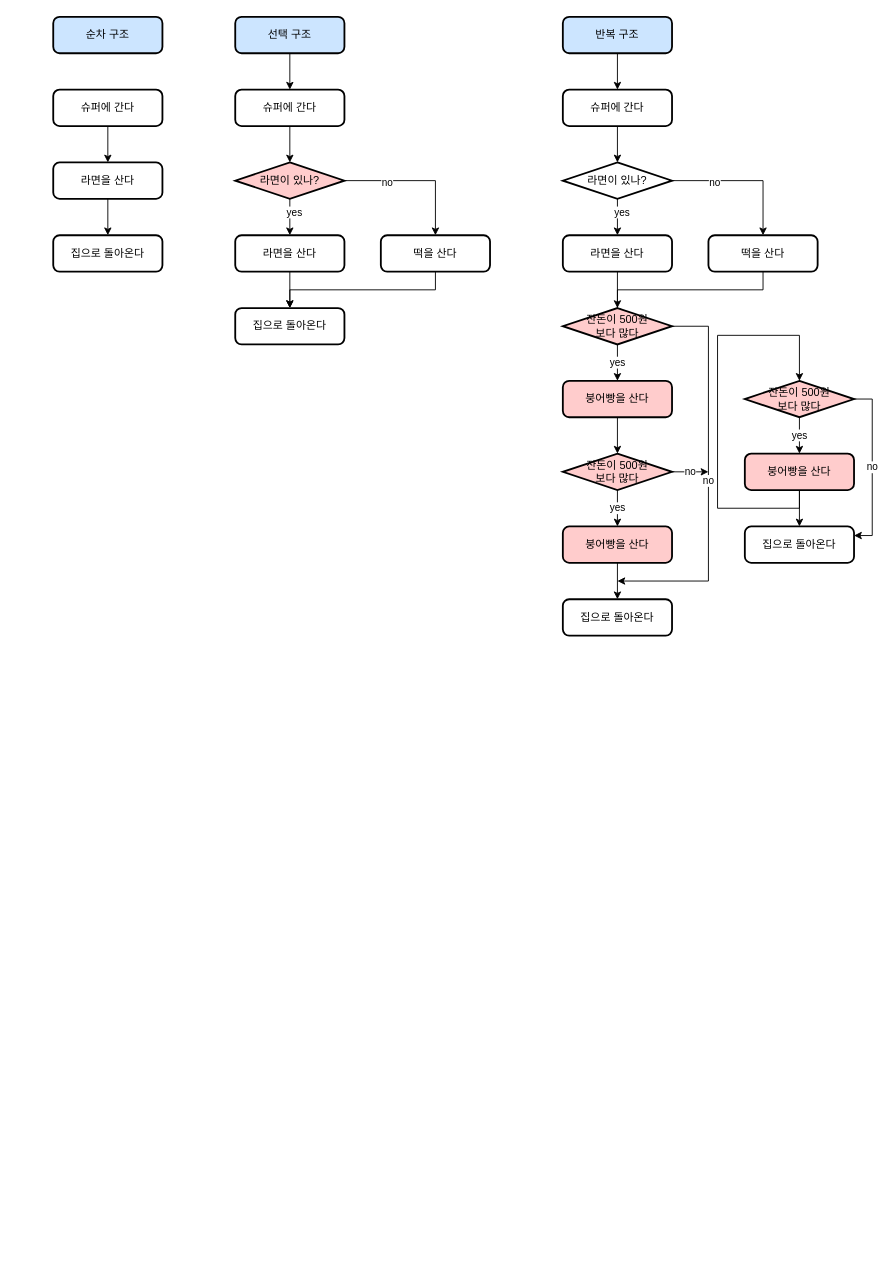
garlic3/python_basic keeps this draw.io diagram as Untitled Diagram.drawio. Above is the earlier version. Source tidied: cells renumbered, new cells numbered last; positions are measured from the earlier drawing's top-left corner, leaving out a move shared by most shapes. Both pictures are drawn from the tidied source at 91%, with x=0, y=0 at pixel (53, 16).
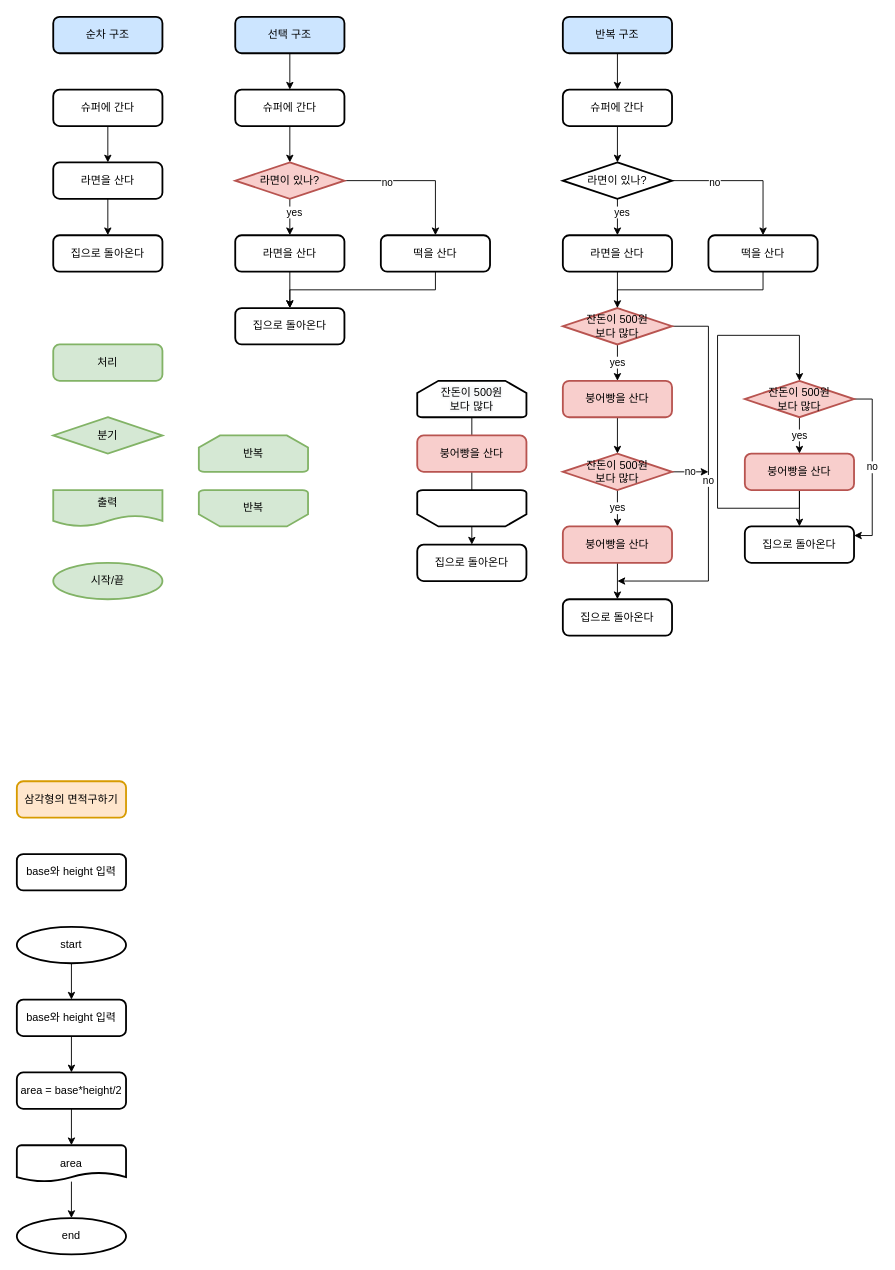
After the change.

The edit, as a diff of the source:
```diff
@@
-    <mxCell id="19" value="라면이 있나?" style="strokeWidth=2;html=1;shape=mxgraph.flowchart.decision;whiteSpace=wrap;fillColor=#FFCCCC;" parent="1" vertex="1">
+    <mxCell id="19" value="라면이 있나?" style="strokeWidth=2;html=1;shape=mxgraph.flowchart.decision;whiteSpace=wrap;fillColor=#f8cecc;strokeColor=#b85450;" parent="1" vertex="1">
       <mxGeometry x="200" y="160" width="120" height="40" as="geometry" />
     </mxCell>
@@
-    <mxCell id="37" value="잔돈이 500원&lt;br&gt;보다 많다" style="strokeWidth=2;html=1;shape=mxgraph.flowchart.decision;whiteSpace=wrap;fillColor=#FFCCCC;" parent="1" vertex="1">
+    <mxCell id="37" value="잔돈이 500원&lt;br&gt;보다 많다" style="strokeWidth=2;html=1;shape=mxgraph.flowchart.decision;whiteSpace=wrap;fillColor=#f8cecc;strokeColor=#b85450;" parent="1" vertex="1">
       <mxGeometry x="560" y="320" width="120" height="40" as="geometry" />
     </mxCell>
@@
-    <mxCell id="39" value="붕어빵을 산다" style="rounded=1;whiteSpace=wrap;html=1;absoluteArcSize=1;arcSize=14;strokeWidth=2;fillColor=#FFCCCC;" parent="1" vertex="1">
+    <mxCell id="39" value="붕어빵을 산다" style="rounded=1;whiteSpace=wrap;html=1;absoluteArcSize=1;arcSize=14;strokeWidth=2;fillColor=#f8cecc;strokeColor=#b85450;" parent="1" vertex="1">
       <mxGeometry x="560" y="400" width="120" height="40" as="geometry" />
     </mxCell>
@@
-    <mxCell id="43" value="잔돈이 500원&lt;br&gt;보다 많다" style="strokeWidth=2;html=1;shape=mxgraph.flowchart.decision;whiteSpace=wrap;fillColor=#FFCCCC;" parent="1" vertex="1">
+    <mxCell id="43" value="잔돈이 500원&lt;br&gt;보다 많다" style="strokeWidth=2;html=1;shape=mxgraph.flowchart.decision;whiteSpace=wrap;fillColor=#f8cecc;strokeColor=#b85450;" parent="1" vertex="1">
       <mxGeometry x="560" y="480" width="120" height="40" as="geometry" />
     </mxCell>
@@
-    <mxCell id="45" value="붕어빵을 산다" style="rounded=1;whiteSpace=wrap;html=1;absoluteArcSize=1;arcSize=14;strokeWidth=2;fillColor=#FFCCCC;" parent="1" vertex="1">
+    <mxCell id="45" value="붕어빵을 산다" style="rounded=1;whiteSpace=wrap;html=1;absoluteArcSize=1;arcSize=14;strokeWidth=2;fillColor=#f8cecc;strokeColor=#b85450;" parent="1" vertex="1">
       <mxGeometry x="560" y="560" width="120" height="40" as="geometry" />
     </mxCell>
@@
-    <mxCell id="48" value="잔돈이 500원&lt;br&gt;보다 많다" style="strokeWidth=2;html=1;shape=mxgraph.flowchart.decision;whiteSpace=wrap;fillColor=#FFCCCC;" parent="1" vertex="1">
+    <mxCell id="48" value="잔돈이 500원&lt;br&gt;보다 많다" style="strokeWidth=2;html=1;shape=mxgraph.flowchart.decision;whiteSpace=wrap;fillColor=#f8cecc;strokeColor=#b85450;" parent="1" vertex="1">
       <mxGeometry x="760" y="400" width="120" height="40" as="geometry" />
     </mxCell>
@@
-    <mxCell id="51" value="붕어빵을 산다" style="rounded=1;whiteSpace=wrap;html=1;absoluteArcSize=1;arcSize=14;strokeWidth=2;fillColor=#FFCCCC;" parent="1" vertex="1">
+    <mxCell id="51" value="붕어빵을 산다" style="rounded=1;whiteSpace=wrap;html=1;absoluteArcSize=1;arcSize=14;strokeWidth=2;fillColor=#f8cecc;strokeColor=#b85450;" parent="1" vertex="1">
       <mxGeometry x="760" y="480" width="120" height="40" as="geometry" />
     </mxCell>
@@
+    <mxCell id="53" style="edgeStyle=orthogonalEdgeStyle;rounded=0;jettySize=auto;html=1;" parent="1" edge="1" source="54" target="57">
+      <mxGeometry relative="1" as="geometry" />
+    </mxCell>
+    <mxCell id="54" value="&lt;span style=&quot;color: rgb(0, 0, 0); font-family: helvetica; font-size: 12px; font-style: normal; font-weight: 400; letter-spacing: normal; text-align: center; text-indent: 0px; text-transform: none; word-spacing: 0px; background-color: rgb(248, 249, 250); display: inline; float: none;&quot;&gt;잔돈이 500원&lt;/span&gt;&lt;br style=&quot;color: rgb(0, 0, 0); font-family: helvetica; font-size: 12px; font-style: normal; font-weight: 400; letter-spacing: normal; text-align: center; text-indent: 0px; text-transform: none; word-spacing: 0px; background-color: rgb(248, 249, 250);&quot;&gt;&lt;span style=&quot;color: rgb(0, 0, 0); font-family: helvetica; font-size: 12px; font-style: normal; font-weight: 400; letter-spacing: normal; text-align: center; text-indent: 0px; text-transform: none; word-spacing: 0px; background-color: rgb(248, 249, 250); display: inline; float: none;&quot;&gt;보다 많다&lt;/span&gt;" style="strokeWidth=2;html=1;shape=mxgraph.flowchart.loop_limit;whiteSpace=wrap;fillColor=#FFFFFF;" parent="1" vertex="1">
+      <mxGeometry x="400" y="400" width="120" height="40" as="geometry" />
+    </mxCell>
+    <mxCell id="55" style="strokeWidth=2;html=1;shape=mxgraph.flowchart.loop_limit;whiteSpace=wrap;fillColor=#FFFFFF;direction=west;" parent="1" vertex="1">
+      <mxGeometry x="400" y="520" width="120" height="40" as="geometry" />
+    </mxCell>
+    <mxCell id="56" value="붕어빵을 산다" style="rounded=1;whiteSpace=wrap;html=1;absoluteArcSize=1;arcSize=14;strokeWidth=2;fillColor=#f8cecc;strokeColor=#b85450;" parent="1" vertex="1">
+      <mxGeometry x="400" y="460" width="120" height="40" as="geometry" />
+    </mxCell>
+    <mxCell id="57" value="집으로 돌아온다" style="rounded=1;whiteSpace=wrap;html=1;absoluteArcSize=1;arcSize=14;strokeWidth=2;" parent="1" vertex="1">
+      <mxGeometry x="400" y="580" width="120" height="40" as="geometry" />
+    </mxCell>
+    <mxCell id="58" value="처리" style="rounded=1;whiteSpace=wrap;html=1;absoluteArcSize=1;arcSize=14;strokeWidth=2;fillColor=#d5e8d4;strokeColor=#82b366;" parent="1" vertex="1">
+      <mxGeometry y="360" width="120" height="40" as="geometry" />
+    </mxCell>
+    <mxCell id="59" value="&lt;font face=&quot;helvetica&quot;&gt;반복&lt;/font&gt;" style="strokeWidth=2;html=1;shape=mxgraph.flowchart.loop_limit;whiteSpace=wrap;fillColor=#d5e8d4;strokeColor=#82b366;" parent="1" vertex="1">
+      <mxGeometry x="160" y="460" width="120" height="40" as="geometry" />
+    </mxCell>
+    <mxCell id="60" value="분기" style="strokeWidth=2;html=1;shape=mxgraph.flowchart.decision;whiteSpace=wrap;fillColor=#d5e8d4;strokeColor=#82b366;" parent="1" vertex="1">
+      <mxGeometry y="440" width="120" height="40" as="geometry" />
+    </mxCell>
+    <mxCell id="61" value="출력" style="shape=document;whiteSpace=wrap;html=1;boundedLbl=1;strokeColor=#82b366;fillColor=#d5e8d4;strokeWidth=2;" parent="1" vertex="1">
+      <mxGeometry y="520" width="120" height="40" as="geometry" />
+    </mxCell>
+    <mxCell id="62" value="시작/끝" style="ellipse;whiteSpace=wrap;html=1;strokeColor=#82b366;strokeWidth=2;fillColor=#d5e8d4;" parent="1" vertex="1">
+      <mxGeometry y="600" width="120" height="40" as="geometry" />
+    </mxCell>
+    <mxCell id="63" value="&lt;font face=&quot;helvetica&quot;&gt;반복&lt;/font&gt;" style="strokeWidth=2;html=1;shape=mxgraph.flowchart.loop_limit;whiteSpace=wrap;fillColor=#d5e8d4;strokeColor=#82b366;direction=west;" parent="1" vertex="1">
+      <mxGeometry x="160" y="520" width="120" height="40" as="geometry" />
+    </mxCell>
+    <mxCell id="64" style="edgeStyle=orthogonalEdgeStyle;rounded=0;jettySize=auto;html=1;" parent="1" edge="1" source="65" target="67">
+      <mxGeometry relative="1" as="geometry" />
+    </mxCell>
+    <mxCell id="65" value="start" style="strokeWidth=2;html=1;shape=mxgraph.flowchart.start_2;whiteSpace=wrap;" parent="1" vertex="1">
+      <mxGeometry x="-40" y="1000" width="120" height="40" as="geometry" />
+    </mxCell>
+    <mxCell id="66" style="edgeStyle=orthogonalEdgeStyle;rounded=0;jettySize=auto;html=1;" parent="1" edge="1" source="67" target="69">
+      <mxGeometry relative="1" as="geometry" />
+    </mxCell>
+    <mxCell id="67" value="base와 height 입력" style="rounded=1;whiteSpace=wrap;html=1;absoluteArcSize=1;arcSize=14;strokeWidth=2;" parent="1" vertex="1">
+      <mxGeometry x="-40" y="1080" width="120" height="40" as="geometry" />
+    </mxCell>
+    <mxCell id="68" style="edgeStyle=orthogonalEdgeStyle;rounded=0;jettySize=auto;html=1;" parent="1" edge="1" source="69" target="71">
+      <mxGeometry relative="1" as="geometry" />
+    </mxCell>
+    <mxCell id="69" value="area = base*height/2" style="rounded=1;whiteSpace=wrap;html=1;absoluteArcSize=1;arcSize=14;strokeWidth=2;" parent="1" vertex="1">
+      <mxGeometry x="-40" y="1160" width="120" height="40" as="geometry" />
+    </mxCell>
+    <mxCell id="70" style="edgeStyle=orthogonalEdgeStyle;rounded=0;jettySize=auto;html=1;" parent="1" edge="1" source="71" target="72">
+      <mxGeometry relative="1" as="geometry" />
+    </mxCell>
+    <mxCell id="71" value="area" style="strokeWidth=2;html=1;shape=mxgraph.flowchart.document2;whiteSpace=wrap;size=0.25;" parent="1" vertex="1">
+      <mxGeometry x="-40" y="1240" width="120" height="40" as="geometry" />
+    </mxCell>
+    <mxCell id="72" value="end" style="strokeWidth=2;html=1;shape=mxgraph.flowchart.start_2;whiteSpace=wrap;" parent="1" vertex="1">
+      <mxGeometry x="-40" y="1320" width="120" height="40" as="geometry" />
+    </mxCell>
+    <mxCell id="73" value="base와 height 입력" style="rounded=1;whiteSpace=wrap;html=1;absoluteArcSize=1;arcSize=14;strokeWidth=2;" parent="1" vertex="1">
+      <mxGeometry x="-40" y="920" width="120" height="40" as="geometry" />
+    </mxCell>
+    <mxCell id="74" value="삼각형의 면적구하기" style="rounded=1;whiteSpace=wrap;html=1;absoluteArcSize=1;arcSize=14;strokeWidth=2;fillColor=#ffe6cc;strokeColor=#d79b00;" parent="1" vertex="1">
+      <mxGeometry x="-40" y="840" width="120" height="40" as="geometry" />
+    </mxCell>
```
